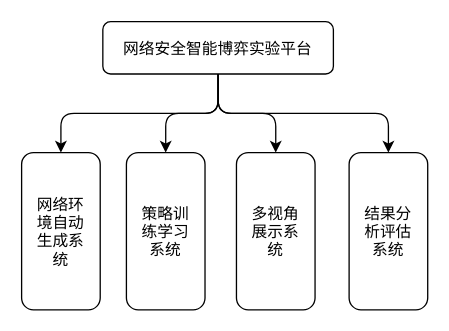
undinuanao/- keeps this draw.io diagram as 网络环境_架构图.drawio. Above is the earlier version. Source tidied: cells renumbered, new cells numbered last; positions are measured from the earlier drawing's top-left corner, leaving out a move shared by most shapes. Both pictures are drawn from the tidied source at 131%, with x=0, y=0 at pixel (21, 21).
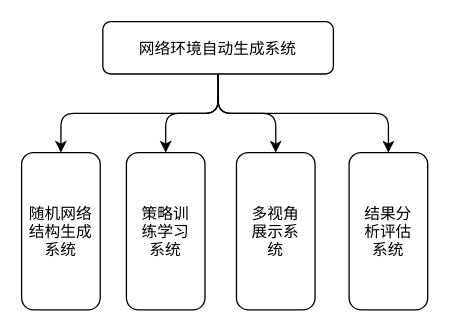
Above is the later version.

Commit message (it also covers changes not shown here):
更新网络环境_架构图.drawio

The edit, as a diff of the source:
```diff
@@
 <mxGraphModel>
   <root>
     <mxCell id="0" />
     <mxCell id="1" parent="0" />
-    <mxCell id="2" value="网络安全智能博弈实验平台" style="rounded=1;" parent="1" vertex="1">
+    <mxCell id="2" value="网络环境自动生成系统" style="rounded=1;" parent="1" vertex="1">
       <mxGeometry x="62" width="176" height="40" as="geometry" />
     </mxCell>
-    <mxCell id="3" value="网络环&#10;境自动&#10;生成系&#10;统" style="rounded=1;" parent="1" vertex="1">
+    <mxCell id="3" value="随机网络&#10;结构生成&#10;系统" style="rounded=1;" parent="1" vertex="1">
       <mxGeometry y="100" width="60" height="120" as="geometry" />
     </mxCell>
     <mxCell id="4" value="策略训&#10;练学习&#10;系统" style="rounded=1;" parent="1" vertex="1">
       <mxGeometry x="80" y="100" width="60" height="120" as="geometry" />
     </mxCell>
     <mxCell id="5" value="多视角&#10;展示系&#10;统" style="rounded=1;" parent="1" vertex="1">
       <mxGeometry x="164" y="100" width="60" height="120" as="geometry" />
     </mxCell>
     <mxCell id="6" value="结果分&#10;析评估&#10;系统" style="rounded=1;" parent="1" vertex="1">
       <mxGeometry x="250" y="100" width="60" height="120" as="geometry" />
     </mxCell>
     <mxCell id="7" style="endArrow=classic;exitX=0.5;exitY=1;exitDx=0;exitDy=0;entryX=0.5;entryY=0;entryDx=0;entryDy=0;" parent="1" edge="1" source="2" target="3">
       <mxGeometry relative="1" as="geometry">
         <Array as="points">
           <mxPoint x="150" y="70" />
           <mxPoint x="30" y="70" />
         </Array>
       </mxGeometry>
     </mxCell>
     <mxCell id="8" style="endArrow=classic;exitX=0.5;exitY=1;exitDx=0;exitDy=0;entryX=0.5;entryY=0;entryDx=0;entryDy=0;" parent="1" edge="1" source="2" target="4">
       <mxGeometry relative="1" as="geometry">
         <Array as="points">
           <mxPoint x="150" y="70" />
           <mxPoint x="110" y="70" />
         </Array>
       </mxGeometry>
     </mxCell>
     <mxCell id="9" style="endArrow=classic;entryX=0.5;entryY=0;entryDx=0;entryDy=0;" parent="1" edge="1" target="6">
       <mxGeometry relative="1" as="geometry">
         <mxPoint x="150" y="40" as="sourcePoint" />
         <Array as="points">
           <mxPoint x="150" y="70" />
           <mxPoint x="280" y="70" />
         </Array>
       </mxGeometry>
     </mxCell>
     <mxCell id="10" style="endArrow=classic;exitX=0.5;exitY=1;exitDx=0;exitDy=0;entryX=0.5;entryY=0;entryDx=0;entryDy=0;" parent="1" edge="1" source="2" target="5">
       <mxGeometry relative="1" as="geometry">
         <Array as="points">
           <mxPoint x="150" y="70" />
           <mxPoint x="194" y="70" />
         </Array>
       </mxGeometry>
     </mxCell>
   </root>
 </mxGraphModel>
```
